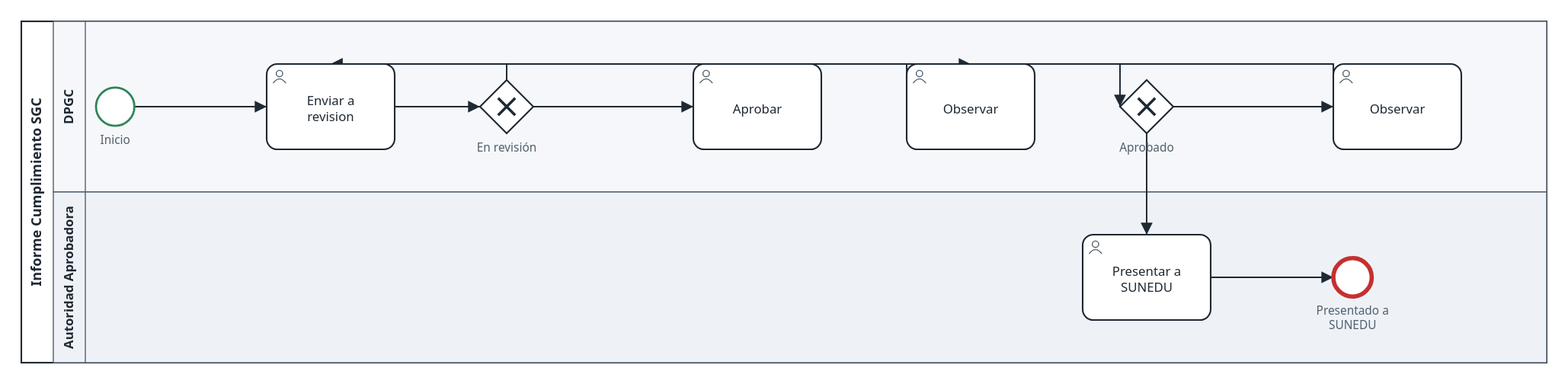
Above: docs-site/src/assets/bpmn/05-informe-cumplimiento.svg in SciBack/sgc (BPMN), before the change. Its source is kept beside it as docs/diagramas/bpmn/05-informe-cumplimiento.bpmn. Ids are renumbered. Source of this version:
```xml
<bpmn:definitions xmlns:bpmn="http://www.omg.org/spec/BPMN/20100524/MODEL" xmlns:bpmndi="http://www.omg.org/spec/BPMN/20100524/DI" xmlns:dc="http://www.omg.org/spec/DD/20100524/DC" xmlns:di="http://www.omg.org/spec/DD/20100524/DI" xmlns:sgc="https://sciback.com/schema/sgc/1.0" id="Definitions_1" targetNamespace="https://sciback.com/schema/sgc/1.0" exporter="SGC" exporterVersion="1.0">
  <bpmn:collaboration id="Collaboration_1">
    <bpmn:participant id="Participant_Informe_Cumplimiento" name="Informe Cumplimiento SGC" processRef="Process_Informe_Cumplimiento" />
  </bpmn:collaboration>
  <bpmn:process id="Process_Informe_Cumplimiento" isExecutable="false">
    <bpmn:documentation>Diagnóstico anual de las 8 condiciones básicas de calidad del Modelo de Licenciamiento Institucional de la Sunedu, aprobado por la RCD 006-2015-SUNEDU/CD y complementado por la RS 054-2017. Ese es el modelo que aplica a una universidad ya licenciada: el de universidades nuevas (RCD 043-2020, 6 condiciones) no le corresponde, y el de renovación de licencia (RCD 091-2021, 4 condiciones) quedó derogado por la Ley 32105. La base legal del informe está en el artículo 13 de la Ley 30220, Ley Universitaria, en la redacción que le dio esa misma ley: el 13.4 hace la licencia permanente «siempre y cuando las universidades demuestren el cumplimiento continuo de las condiciones básicas de calidad», y el 13.5 nombra «la presentación de informes anuales de cumplimiento» entre las herramientas de la Sunedu. Con la renovación periódica derogada, lo que se demuestra es cumplimiento continuo — por eso este informe es anual y no un trámite que se abre cada varios años.</bpmn:documentation>
    <bpmn:laneSet id="LaneSet_1">
      <bpmn:lane id="Lane_DPGC" name="DPGC">
        <bpmn:flowNodeRef>Task_Borrador__Enviar_a_revision</bpmn:flowNodeRef>
        <bpmn:flowNodeRef>Task_En_revision__Aprobar</bpmn:flowNodeRef>
        <bpmn:flowNodeRef>Task_En_revision__Observar</bpmn:flowNodeRef>
        <bpmn:flowNodeRef>Task_Aprobado__Observar</bpmn:flowNodeRef>
        <bpmn:flowNodeRef>Gateway_En_revision</bpmn:flowNodeRef>
        <bpmn:flowNodeRef>Gateway_Aprobado</bpmn:flowNodeRef>
        <bpmn:flowNodeRef>StartEvent_1</bpmn:flowNodeRef>
      </bpmn:lane>
      <bpmn:lane id="Lane_Autoridad_Aprobadora" name="Autoridad Aprobadora">
        <bpmn:flowNodeRef>Task_Aprobado__Presentar_a_SUNEDU</bpmn:flowNodeRef>
        <bpmn:flowNodeRef>End_Presentado_a_SUNEDU</bpmn:flowNodeRef>
      </bpmn:lane>
    </bpmn:laneSet>
    <bpmn:userTask id="Task_Borrador__Enviar_a_revision" name="Enviar a revision">
      <bpmn:incoming>Flow_inicio</bpmn:incoming>
      <bpmn:incoming>Flow_En_revision_Observar_hacia_Borrador</bpmn:incoming>
      <bpmn:incoming>Flow_Aprobado_Observar_hacia_Borrador</bpmn:incoming>
      <bpmn:outgoing>Flow_Borrador_Enviar_a_revision_hacia_En_revision</bpmn:outgoing>
    </bpmn:userTask>
    <bpmn:userTask id="Task_En_revision__Aprobar" name="Aprobar">
      <bpmn:incoming>Flow_gw_En_revision_Aprobar</bpmn:incoming>
      <bpmn:outgoing>Flow_En_revision_Aprobar_hacia_Aprobado</bpmn:outgoing>
    </bpmn:userTask>
    <bpmn:userTask id="Task_En_revision__Observar" name="Observar">
      <bpmn:incoming>Flow_gw_En_revision_Observar</bpmn:incoming>
      <bpmn:outgoing>Flow_En_revision_Observar_hacia_Borrador</bpmn:outgoing>
    </bpmn:userTask>
    <bpmn:userTask id="Task_Aprobado__Observar" name="Observar">
      <bpmn:incoming>Flow_gw_Aprobado_Observar</bpmn:incoming>
      <bpmn:outgoing>Flow_Aprobado_Observar_hacia_Borrador</bpmn:outgoing>
    </bpmn:userTask>
    <bpmn:userTask id="Task_Aprobado__Presentar_a_SUNEDU" name="Presentar a SUNEDU">
      <bpmn:incoming>Flow_gw_Aprobado_Presentar_a_SUNEDU</bpmn:incoming>
      <bpmn:outgoing>Flow_Aprobado_Presentar_a_SUNEDU_hacia_Presentado_a_SUNEDU</bpmn:outgoing>
    </bpmn:userTask>
    <bpmn:exclusiveGateway id="Gateway_En_revision" name="En revisión">
      <bpmn:incoming>Flow_Borrador_Enviar_a_revision_hacia_En_revision</bpmn:incoming>
      <bpmn:outgoing>Flow_gw_En_revision_Aprobar</bpmn:outgoing>
      <bpmn:outgoing>Flow_gw_En_revision_Observar</bpmn:outgoing>
    </bpmn:exclusiveGateway>
    <bpmn:exclusiveGateway id="Gateway_Aprobado" name="Aprobado">
      <bpmn:incoming>Flow_En_revision_Aprobar_hacia_Aprobado</bpmn:incoming>
      <bpmn:outgoing>Flow_gw_Aprobado_Observar</bpmn:outgoing>
      <bpmn:outgoing>Flow_gw_Aprobado_Presentar_a_SUNEDU</bpmn:outgoing>
    </bpmn:exclusiveGateway>
    <bpmn:endEvent id="End_Presentado_a_SUNEDU" name="Presentado a SUNEDU">
      <bpmn:incoming>Flow_Aprobado_Presentar_a_SUNEDU_hacia_Presentado_a_SUNEDU</bpmn:incoming>
    </bpmn:endEvent>
    <bpmn:startEvent id="StartEvent_1" name="Inicio">
      <bpmn:outgoing>Flow_inicio</bpmn:outgoing>
    </bpmn:startEvent>
    <bpmn:sequenceFlow id="Flow_inicio" sourceRef="StartEvent_1" targetRef="Task_Borrador__Enviar_a_revision">
    </bpmn:sequenceFlow>
    <bpmn:sequenceFlow id="Flow_Borrador_Enviar_a_revision_hacia_En_revision" sourceRef="Task_Borrador__Enviar_a_revision" targetRef="Gateway_En_revision">
      <bpmn:extensionElements>
        <sgc:transicion rol="DPGC" autoaprobacion="1" />
      </bpmn:extensionElements>
    </bpmn:sequenceFlow>
    <bpmn:sequenceFlow id="Flow_gw_En_revision_Aprobar" sourceRef="Gateway_En_revision" targetRef="Task_En_revision__Aprobar">
    </bpmn:sequenceFlow>
    <bpmn:sequenceFlow id="Flow_En_revision_Aprobar_hacia_Aprobado" sourceRef="Task_En_revision__Aprobar" targetRef="Gateway_Aprobado">
      <bpmn:extensionElements>
        <sgc:transicion rol="DPGC" autoaprobacion="0" />
      </bpmn:extensionElements>
    </bpmn:sequenceFlow>
    <bpmn:sequenceFlow id="Flow_gw_En_revision_Observar" sourceRef="Gateway_En_revision" targetRef="Task_En_revision__Observar">
    </bpmn:sequenceFlow>
    <bpmn:sequenceFlow id="Flow_En_revision_Observar_hacia_Borrador" sourceRef="Task_En_revision__Observar" targetRef="Task_Borrador__Enviar_a_revision">
      <bpmn:extensionElements>
        <sgc:transicion rol="DPGC" autoaprobacion="1" />
      </bpmn:extensionElements>
    </bpmn:sequenceFlow>
    <bpmn:sequenceFlow id="Flow_gw_Aprobado_Observar" sourceRef="Gateway_Aprobado" targetRef="Task_Aprobado__Observar">
    </bpmn:sequenceFlow>
    <bpmn:sequenceFlow id="Flow_Aprobado_Observar_hacia_Borrador" sourceRef="Task_Aprobado__Observar" targetRef="Task_Borrador__Enviar_a_revision">
      <bpmn:extensionElements>
        <sgc:transicion rol="DPGC" autoaprobacion="1" />
      </bpmn:extensionElements>
    </bpmn:sequenceFlow>
    <bpmn:sequenceFlow id="Flow_gw_Aprobado_Presentar_a_SUNEDU" sourceRef="Gateway_Aprobado" targetRef="Task_Aprobado__Presentar_a_SUNEDU">
    </bpmn:sequenceFlow>
    <bpmn:sequenceFlow id="Flow_Aprobado_Presentar_a_SUNEDU_hacia_Presentado_a_SUNEDU" sourceRef="Task_Aprobado__Presentar_a_SUNEDU" targetRef="End_Presentado_a_SUNEDU">
      <bpmn:extensionElements>
        <sgc:transicion rol="Autoridad Aprobadora" autoaprobacion="0" />
      </bpmn:extensionElements>
    </bpmn:sequenceFlow>
  </bpmn:process>
  <bpmndi:BPMNDiagram id="Diagram_1">
    <bpmndi:BPMNPlane id="Plane_1" bpmnElement="Collaboration_1">
      <bpmndi:BPMNShape id="Shape_Participant_Informe_Cumplimiento" bpmnElement="Participant_Informe_Cumplimiento" isHorizontal="true">
        <dc:Bounds x="200" y="80" width="1430" height="320" />
      </bpmndi:BPMNShape>
      <bpmndi:BPMNShape id="Shape_Lane_DPGC" bpmnElement="Lane_DPGC" isHorizontal="true">
        <dc:Bounds x="230" y="80" width="1400" height="160" />
      </bpmndi:BPMNShape>
      <bpmndi:BPMNShape id="Shape_Lane_Autoridad_Aprobadora" bpmnElement="Lane_Autoridad_Aprobadora" isHorizontal="true">
        <dc:Bounds x="230" y="240" width="1400" height="160" />
      </bpmndi:BPMNShape>
      <bpmndi:BPMNShape id="Shape_Task_Borrador__Enviar_a_revision" bpmnElement="Task_Borrador__Enviar_a_revision">
        <dc:Bounds x="430" y="120" width="120" height="80" />
      </bpmndi:BPMNShape>
      <bpmndi:BPMNShape id="Shape_Task_En_revision__Aprobar" bpmnElement="Task_En_revision__Aprobar">
        <dc:Bounds x="830" y="120" width="120" height="80" />
      </bpmndi:BPMNShape>
      <bpmndi:BPMNShape id="Shape_Task_En_revision__Observar" bpmnElement="Task_En_revision__Observar">
        <dc:Bounds x="1030" y="120" width="120" height="80" />
      </bpmndi:BPMNShape>
      <bpmndi:BPMNShape id="Shape_Task_Aprobado__Observar" bpmnElement="Task_Aprobado__Observar">
        <dc:Bounds x="1430" y="120" width="120" height="80" />
      </bpmndi:BPMNShape>
      <bpmndi:BPMNShape id="Shape_Task_Aprobado__Presentar_a_SUNEDU" bpmnElement="Task_Aprobado__Presentar_a_SUNEDU">
        <dc:Bounds x="1195" y="280" width="120" height="80" />
      </bpmndi:BPMNShape>
      <bpmndi:BPMNShape id="Shape_Gateway_En_revision" bpmnElement="Gateway_En_revision">
        <dc:Bounds x="630" y="135" width="50" height="50" />
      </bpmndi:BPMNShape>
      <bpmndi:BPMNShape id="Shape_Gateway_Aprobado" bpmnElement="Gateway_Aprobado">
        <dc:Bounds x="1230" y="135" width="50" height="50" />
      </bpmndi:BPMNShape>
      <bpmndi:BPMNShape id="Shape_End_Presentado_a_SUNEDU" bpmnElement="End_Presentado_a_SUNEDU">
        <dc:Bounds x="1430" y="302" width="36" height="36" />
      </bpmndi:BPMNShape>
      <bpmndi:BPMNShape id="Shape_StartEvent_1" bpmnElement="StartEvent_1">
        <dc:Bounds x="230" y="142" width="36" height="36" />
      </bpmndi:BPMNShape>
      <bpmndi:BPMNEdge id="Edge_Flow_inicio" bpmnElement="Flow_inicio">
        <di:waypoint x="266" y="160" />
        <di:waypoint x="430" y="160" />
      </bpmndi:BPMNEdge>
      <bpmndi:BPMNEdge id="Edge_Flow_Borrador_Enviar_a_revision_hacia_En_revision" bpmnElement="Flow_Borrador_Enviar_a_revision_hacia_En_revision">
        <di:waypoint x="550" y="160" />
        <di:waypoint x="630" y="160" />
      </bpmndi:BPMNEdge>
      <bpmndi:BPMNEdge id="Edge_Flow_gw_En_revision_Aprobar" bpmnElement="Flow_gw_En_revision_Aprobar">
        <di:waypoint x="680" y="160" />
        <di:waypoint x="830" y="160" />
      </bpmndi:BPMNEdge>
      <bpmndi:BPMNEdge id="Edge_Flow_En_revision_Aprobar_hacia_Aprobado" bpmnElement="Flow_En_revision_Aprobar_hacia_Aprobado">
        <di:waypoint x="890" y="120" />
        <di:waypoint x="1230" y="120" />
        <di:waypoint x="1230" y="160" />
      </bpmndi:BPMNEdge>
      <bpmndi:BPMNEdge id="Edge_Flow_gw_En_revision_Observar" bpmnElement="Flow_gw_En_revision_Observar">
        <di:waypoint x="655" y="135" />
        <di:waypoint x="655" y="120" />
        <di:waypoint x="1090" y="120" />
      </bpmndi:BPMNEdge>
      <bpmndi:BPMNEdge id="Edge_Flow_En_revision_Observar_hacia_Borrador" bpmnElement="Flow_En_revision_Observar_hacia_Borrador">
        <di:waypoint x="1030" y="160" />
        <di:waypoint x="1030" y="120" />
        <di:waypoint x="490" y="120" />
      </bpmndi:BPMNEdge>
      <bpmndi:BPMNEdge id="Edge_Flow_gw_Aprobado_Observar" bpmnElement="Flow_gw_Aprobado_Observar">
        <di:waypoint x="1280" y="160" />
        <di:waypoint x="1430" y="160" />
      </bpmndi:BPMNEdge>
      <bpmndi:BPMNEdge id="Edge_Flow_Aprobado_Observar_hacia_Borrador" bpmnElement="Flow_Aprobado_Observar_hacia_Borrador">
        <di:waypoint x="1430" y="160" />
        <di:waypoint x="1430" y="120" />
        <di:waypoint x="490" y="120" />
      </bpmndi:BPMNEdge>
      <bpmndi:BPMNEdge id="Edge_Flow_gw_Aprobado_Presentar_a_SUNEDU" bpmnElement="Flow_gw_Aprobado_Presentar_a_SUNEDU">
        <di:waypoint x="1255" y="185" />
        <di:waypoint x="1255" y="280" />
      </bpmndi:BPMNEdge>
      <bpmndi:BPMNEdge id="Edge_Flow_Aprobado_Presentar_a_SUNEDU_hacia_Presentado_a_SUNEDU" bpmnElement="Flow_Aprobado_Presentar_a_SUNEDU_hacia_Presentado_a_SUNEDU">
        <di:waypoint x="1315" y="320" />
        <di:waypoint x="1430" y="320" />
      </bpmndi:BPMNEdge>
    </bpmndi:BPMNPlane>
  </bpmndi:BPMNDiagram>
</bpmn:definitions>
```
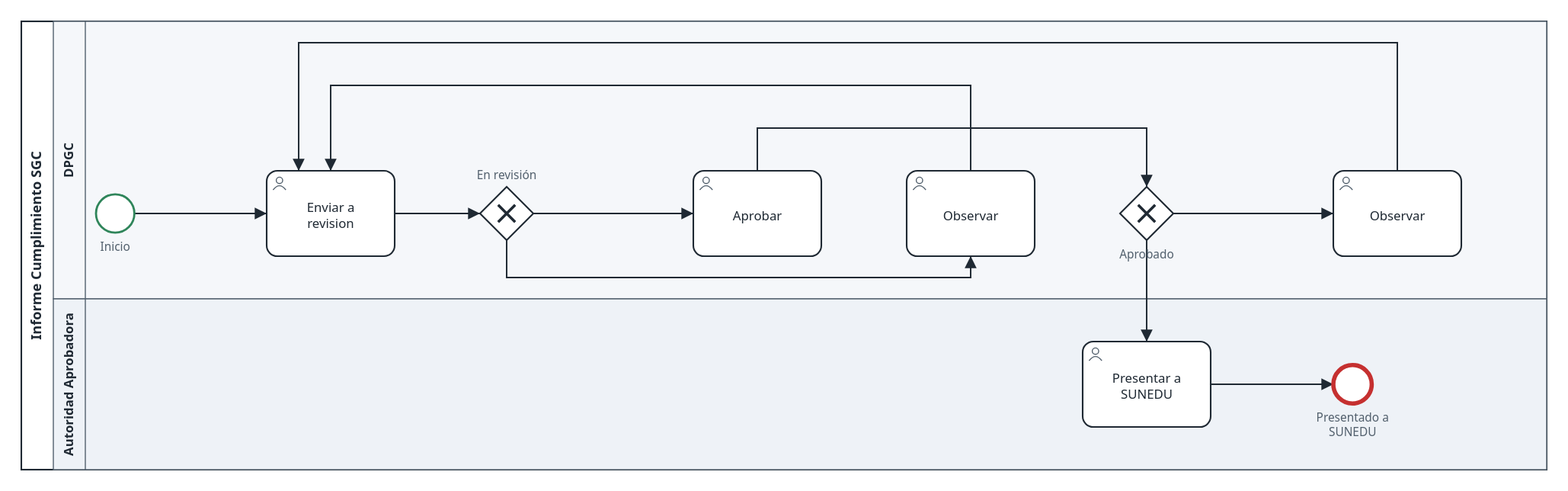
After the change.

Change to the diagram source:
```diff
@@ -96,84 +96,88 @@
   <bpmndi:BPMNDiagram id="Diagram_1">
     <bpmndi:BPMNPlane id="Plane_1" bpmnElement="Collaboration_1">
       <bpmndi:BPMNShape id="Shape_Participant_Informe_Cumplimiento" bpmnElement="Participant_Informe_Cumplimiento" isHorizontal="true">
-        <dc:Bounds x="200" y="80" width="1430" height="320" />
+        <dc:Bounds x="200" y="80" width="1430" height="420" />
       </bpmndi:BPMNShape>
       <bpmndi:BPMNShape id="Shape_Lane_DPGC" bpmnElement="Lane_DPGC" isHorizontal="true">
-        <dc:Bounds x="230" y="80" width="1400" height="160" />
+        <dc:Bounds x="230" y="80" width="1400" height="260" />
       </bpmndi:BPMNShape>
       <bpmndi:BPMNShape id="Shape_Lane_Autoridad_Aprobadora" bpmnElement="Lane_Autoridad_Aprobadora" isHorizontal="true">
-        <dc:Bounds x="230" y="240" width="1400" height="160" />
+        <dc:Bounds x="230" y="340" width="1400" height="160" />
       </bpmndi:BPMNShape>
       <bpmndi:BPMNShape id="Shape_Task_Borrador__Enviar_a_revision" bpmnElement="Task_Borrador__Enviar_a_revision">
-        <dc:Bounds x="430" y="120" width="120" height="80" />
+        <dc:Bounds x="430" y="220" width="120" height="80" />
       </bpmndi:BPMNShape>
       <bpmndi:BPMNShape id="Shape_Task_En_revision__Aprobar" bpmnElement="Task_En_revision__Aprobar">
-        <dc:Bounds x="830" y="120" width="120" height="80" />
+        <dc:Bounds x="830" y="220" width="120" height="80" />
       </bpmndi:BPMNShape>
       <bpmndi:BPMNShape id="Shape_Task_En_revision__Observar" bpmnElement="Task_En_revision__Observar">
-        <dc:Bounds x="1030" y="120" width="120" height="80" />
+        <dc:Bounds x="1030" y="220" width="120" height="80" />
       </bpmndi:BPMNShape>
       <bpmndi:BPMNShape id="Shape_Task_Aprobado__Observar" bpmnElement="Task_Aprobado__Observar">
-        <dc:Bounds x="1430" y="120" width="120" height="80" />
+        <dc:Bounds x="1430" y="220" width="120" height="80" />
       </bpmndi:BPMNShape>
       <bpmndi:BPMNShape id="Shape_Task_Aprobado__Presentar_a_SUNEDU" bpmnElement="Task_Aprobado__Presentar_a_SUNEDU">
-        <dc:Bounds x="1195" y="280" width="120" height="80" />
+        <dc:Bounds x="1195" y="380" width="120" height="80" />
       </bpmndi:BPMNShape>
       <bpmndi:BPMNShape id="Shape_Gateway_En_revision" bpmnElement="Gateway_En_revision">
-        <dc:Bounds x="630" y="135" width="50" height="50" />
+        <dc:Bounds x="630" y="235" width="50" height="50" />
       </bpmndi:BPMNShape>
       <bpmndi:BPMNShape id="Shape_Gateway_Aprobado" bpmnElement="Gateway_Aprobado">
-        <dc:Bounds x="1230" y="135" width="50" height="50" />
+        <dc:Bounds x="1230" y="235" width="50" height="50" />
       </bpmndi:BPMNShape>
       <bpmndi:BPMNShape id="Shape_End_Presentado_a_SUNEDU" bpmnElement="End_Presentado_a_SUNEDU">
-        <dc:Bounds x="1430" y="302" width="36" height="36" />
+        <dc:Bounds x="1430" y="402" width="36" height="36" />
       </bpmndi:BPMNShape>
       <bpmndi:BPMNShape id="Shape_StartEvent_1" bpmnElement="StartEvent_1">
-        <dc:Bounds x="230" y="142" width="36" height="36" />
+        <dc:Bounds x="230" y="242" width="36" height="36" />
       </bpmndi:BPMNShape>
       <bpmndi:BPMNEdge id="Edge_Flow_inicio" bpmnElement="Flow_inicio">
-        <di:waypoint x="266" y="160" />
-        <di:waypoint x="430" y="160" />
+        <di:waypoint x="266" y="260" />
+        <di:waypoint x="430" y="260" />
       </bpmndi:BPMNEdge>
       <bpmndi:BPMNEdge id="Edge_Flow_Borrador_Enviar_a_revision_hacia_En_revision" bpmnElement="Flow_Borrador_Enviar_a_revision_hacia_En_revision">
-        <di:waypoint x="550" y="160" />
-        <di:waypoint x="630" y="160" />
+        <di:waypoint x="550" y="260" />
+        <di:waypoint x="630" y="260" />
       </bpmndi:BPMNEdge>
       <bpmndi:BPMNEdge id="Edge_Flow_gw_En_revision_Aprobar" bpmnElement="Flow_gw_En_revision_Aprobar">
-        <di:waypoint x="680" y="160" />
-        <di:waypoint x="830" y="160" />
+        <di:waypoint x="680" y="260" />
+        <di:waypoint x="830" y="260" />
       </bpmndi:BPMNEdge>
       <bpmndi:BPMNEdge id="Edge_Flow_En_revision_Aprobar_hacia_Aprobado" bpmnElement="Flow_En_revision_Aprobar_hacia_Aprobado">
-        <di:waypoint x="890" y="120" />
-        <di:waypoint x="1230" y="120" />
-        <di:waypoint x="1230" y="160" />
+        <di:waypoint x="890" y="220" />
+        <di:waypoint x="890" y="180" />
+        <di:waypoint x="1255" y="180" />
+        <di:waypoint x="1255" y="235" />
       </bpmndi:BPMNEdge>
       <bpmndi:BPMNEdge id="Edge_Flow_gw_En_revision_Observar" bpmnElement="Flow_gw_En_revision_Observar">
-        <di:waypoint x="655" y="135" />
-        <di:waypoint x="655" y="120" />
-        <di:waypoint x="1090" y="120" />
+        <di:waypoint x="655" y="285" />
+        <di:waypoint x="655" y="320" />
+        <di:waypoint x="1090" y="320" />
+        <di:waypoint x="1090" y="300" />
       </bpmndi:BPMNEdge>
       <bpmndi:BPMNEdge id="Edge_Flow_En_revision_Observar_hacia_Borrador" bpmnElement="Flow_En_revision_Observar_hacia_Borrador">
-        <di:waypoint x="1030" y="160" />
-        <di:waypoint x="1030" y="120" />
-        <di:waypoint x="490" y="120" />
+        <di:waypoint x="1090" y="220" />
+        <di:waypoint x="1090" y="140" />
+        <di:waypoint x="490" y="140" />
+        <di:waypoint x="490" y="220" />
       </bpmndi:BPMNEdge>
       <bpmndi:BPMNEdge id="Edge_Flow_gw_Aprobado_Observar" bpmnElement="Flow_gw_Aprobado_Observar">
-        <di:waypoint x="1280" y="160" />
-        <di:waypoint x="1430" y="160" />
+        <di:waypoint x="1280" y="260" />
+        <di:waypoint x="1430" y="260" />
       </bpmndi:BPMNEdge>
       <bpmndi:BPMNEdge id="Edge_Flow_Aprobado_Observar_hacia_Borrador" bpmnElement="Flow_Aprobado_Observar_hacia_Borrador">
-        <di:waypoint x="1430" y="160" />
-        <di:waypoint x="1430" y="120" />
-        <di:waypoint x="490" y="120" />
+        <di:waypoint x="1490" y="220" />
+        <di:waypoint x="1490" y="100" />
+        <di:waypoint x="460" y="100" />
+        <di:waypoint x="460" y="220" />
       </bpmndi:BPMNEdge>
       <bpmndi:BPMNEdge id="Edge_Flow_gw_Aprobado_Presentar_a_SUNEDU" bpmnElement="Flow_gw_Aprobado_Presentar_a_SUNEDU">
-        <di:waypoint x="1255" y="185" />
-        <di:waypoint x="1255" y="280" />
+        <di:waypoint x="1255" y="285" />
+        <di:waypoint x="1255" y="380" />
       </bpmndi:BPMNEdge>
       <bpmndi:BPMNEdge id="Edge_Flow_Aprobado_Presentar_a_SUNEDU_hacia_Presentado_a_SUNEDU" bpmnElement="Flow_Aprobado_Presentar_a_SUNEDU_hacia_Presentado_a_SUNEDU">
-        <di:waypoint x="1315" y="320" />
-        <di:waypoint x="1430" y="320" />
+        <di:waypoint x="1315" y="420" />
+        <di:waypoint x="1430" y="420" />
       </bpmndi:BPMNEdge>
     </bpmndi:BPMNPlane>
   </bpmndi:BPMNDiagram>
```
